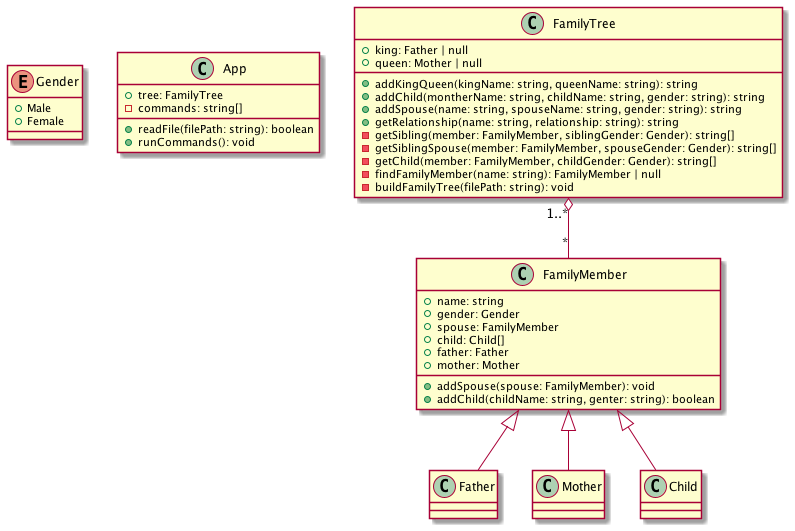
Before: res/class-diagram.png, a diagram exported from PlantUML (evaou/family-tree). Its diagram source:
```plantuml
@startuml class diagram

enum Gender {
    +Male
    +Female
}

class App {
    +tree: FamilyTree
    -commands: string[]
    +readFile(filePath: string): boolean
    +runCommands(): void
}

class FamilyTree {
    +king: Father | null
    +queen: Mother | null
    +addKingQueen(kingName: string, queenName: string): string
    +addChild(montherName: string, childName: string, gender: string): string
    +addSpouse(name: string, spouseName: string, gender: string): string
    +getRelationship(name: string, relationship: string): string
    -getSibling(member: FamilyMember, siblingGender: Gender): string[]
    -getSiblingSpouse(member: FamilyMember, spouseGender: Gender): string[]
    -getChild(member: FamilyMember, childGender: Gender): string[]
    -findFamilyMember(name: string): FamilyMember | null
    -buildFamilyTree(filePath: string): void
}

class FamilyMember {
    +name: string
    +gender: Gender
    +spouse: FamilyMember
    +child: Child[]
    +father: Father
    +mother: Mother
    +addSpouse(spouse: FamilyMember): void
    +addChild(childName: string, genter: string): boolean
}

class Father {
}

class Mother {
}

class Child {
}

FamilyTree "1..*" o-- "*" FamilyMember

FamilyMember <|-- Father
FamilyMember <|--  Mother
FamilyMember <|--  Child

@enduml
```
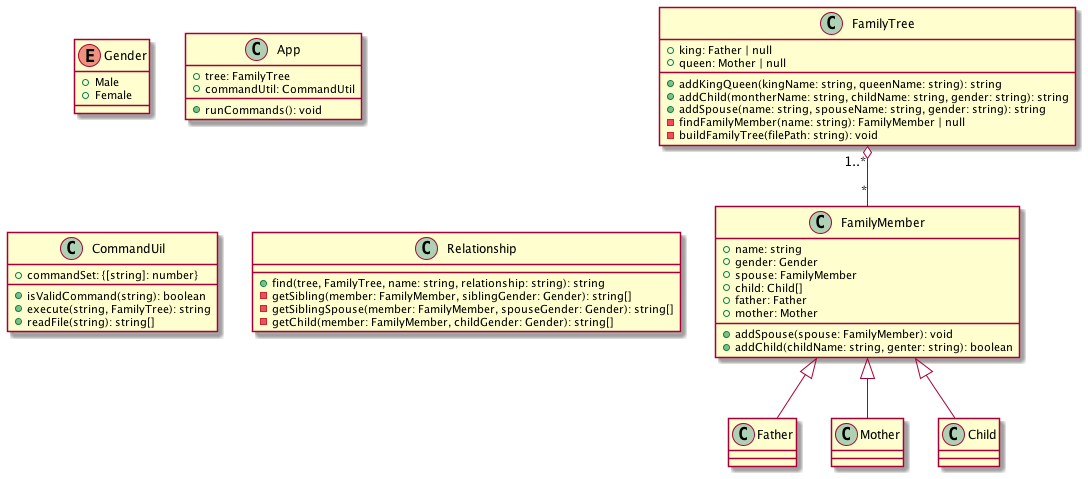
Above is the later version.

Commit message:
update class diagram

Change to the diagram source:
```diff
@@ -7,9 +7,22 @@
 
 class App {
     +tree: FamilyTree
-    -commands: string[]
-    +readFile(filePath: string): boolean
+    +commandUtil: CommandUtil
     +runCommands(): void
+}
+
+class CommandUil {
+    +commandSet: {[string]: number}
+    +isValidCommand(string): boolean
+    +execute(string, FamilyTree): string
+    +readFile(string): string[]
+}
+
+class Relationship {
+    +find(tree, FamilyTree, name: string, relationship: string): string
+    -getSibling(member: FamilyMember, siblingGender: Gender): string[]
+    -getSiblingSpouse(member: FamilyMember, spouseGender: Gender): string[]
+    -getChild(member: FamilyMember, childGender: Gender): string[]
 }
 
 class FamilyTree {
@@ -18,10 +31,6 @@
     +addKingQueen(kingName: string, queenName: string): string
     +addChild(montherName: string, childName: string, gender: string): string
     +addSpouse(name: string, spouseName: string, gender: string): string
-    +getRelationship(name: string, relationship: string): string
-    -getSibling(member: FamilyMember, siblingGender: Gender): string[]
-    -getSiblingSpouse(member: FamilyMember, spouseGender: Gender): string[]
-    -getChild(member: FamilyMember, childGender: Gender): string[]
     -findFamilyMember(name: string): FamilyMember | null
     -buildFamilyTree(filePath: string): void
 }
```
